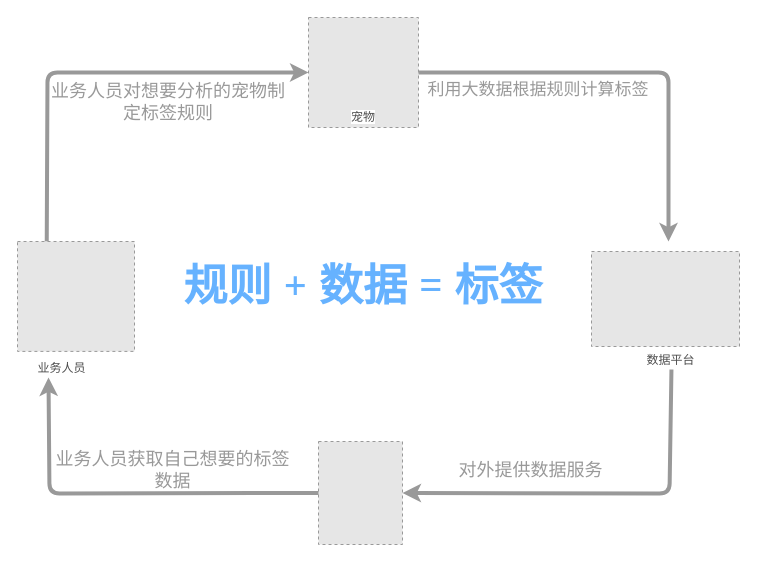
Above: pet_data_warehouse/宠物标签.drawio in fangzheng0518/draw (draw.io), before the change. Source tidied: cells renumbered, new cells numbered last; positions are measured from the earlier drawing's top-left corner, leaving out a move shared by most shapes. Both pictures are drawn from the tidied source at 100%, with x=0, y=0 at pixel (17, 17). Pictures stored in the file or linked from it are replaced by grey dashed boxes.
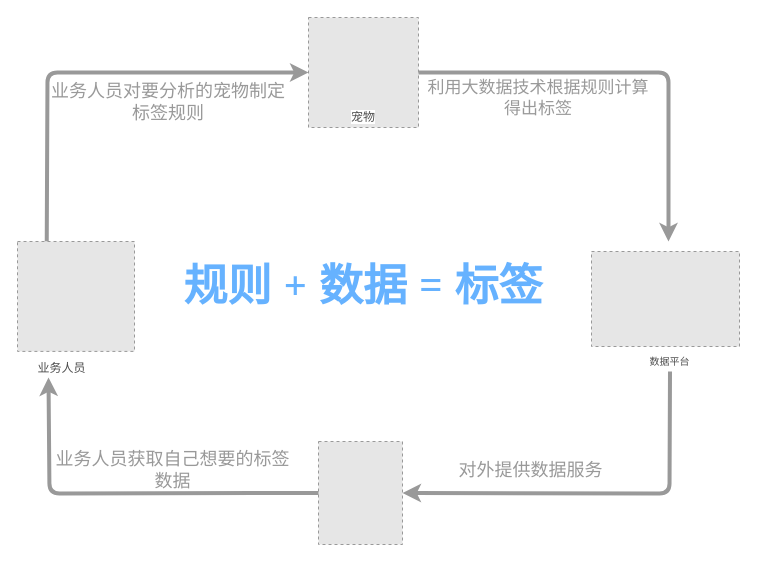
The same page after the edit.

Commit message:
更新宠物标签.drawio

What changed in the source:
```diff
@@
     <mxCell id="6" style="group;" parent="1" vertex="1">
-      <mxGeometry x="574" y="234" width="148" height="118" as="geometry" />
+      <mxGeometry x="574" y="234" width="148" height="120" as="geometry" />
     </mxCell>
@@
-    <mxCell id="8" value="&lt;font color=&quot;#4d4d4d&quot;&gt;&lt;span style=&quot;background-color: rgb(255 , 255 , 255)&quot;&gt;数据平台&lt;/span&gt;&lt;/font&gt;" style="text;html=1;strokeColor=none;fillColor=none;align=center;verticalAlign=middle;whiteSpace=wrap;rounded=0;" parent="6" vertex="1">
-      <mxGeometry x="51.3" y="100" width="57.3" height="18" as="geometry" />
+    <mxCell id="8" value="&lt;font color=&quot;#4d4d4d&quot; size=&quot;1&quot;&gt;&lt;span style=&quot;background-color: rgb(255 , 255 , 255)&quot;&gt;数据平台&lt;/span&gt;&lt;/font&gt;" style="text;html=1;strokeColor=none;fillColor=none;align=center;verticalAlign=middle;whiteSpace=wrap;rounded=0;" parent="6" vertex="1">
+      <mxGeometry x="44" y="100" width="69" height="20" as="geometry" />
     </mxCell>
-    <mxCell id="9" value="&lt;font style=&quot;font-size: 17px&quot; color=&quot;#999999&quot;&gt;利用大数据根据规则计算标签&lt;/font&gt;" style="text;html=1;strokeColor=none;fillColor=none;align=center;verticalAlign=middle;whiteSpace=wrap;rounded=0;rotation=0;" parent="1" vertex="1">
-      <mxGeometry x="406" y="64" width="230" height="17" as="geometry" />
+    <mxCell id="9" value="&lt;font style=&quot;font-size: 17px&quot; color=&quot;#999999&quot;&gt;利用大数据技术根据规则计算得出标签&lt;/font&gt;" style="text;html=1;strokeColor=none;fillColor=none;align=center;verticalAlign=middle;whiteSpace=wrap;rounded=0;rotation=0;" parent="1" vertex="1">
+      <mxGeometry x="406" y="72" width="230" height="17" as="geometry" />
     </mxCell>
@@
-    <mxCell id="14" value="&lt;font style=&quot;font-size: 18px&quot; color=&quot;#999999&quot;&gt;业务人员对想要分析的宠物制定标签规则&lt;/font&gt;" style="text;html=1;strokeColor=none;fillColor=none;align=center;verticalAlign=middle;whiteSpace=wrap;rounded=0;rotation=0;" parent="1" vertex="1">
+    <mxCell id="14" value="&lt;font style=&quot;font-size: 18px&quot; color=&quot;#999999&quot;&gt;业务人员对要分析的宠物制定标签规则&lt;/font&gt;" style="text;html=1;strokeColor=none;fillColor=none;align=center;verticalAlign=middle;whiteSpace=wrap;rounded=0;rotation=0;" parent="1" vertex="1">
       <mxGeometry x="26" y="76.5" width="250" height="17" as="geometry" />
     </mxCell>
```
